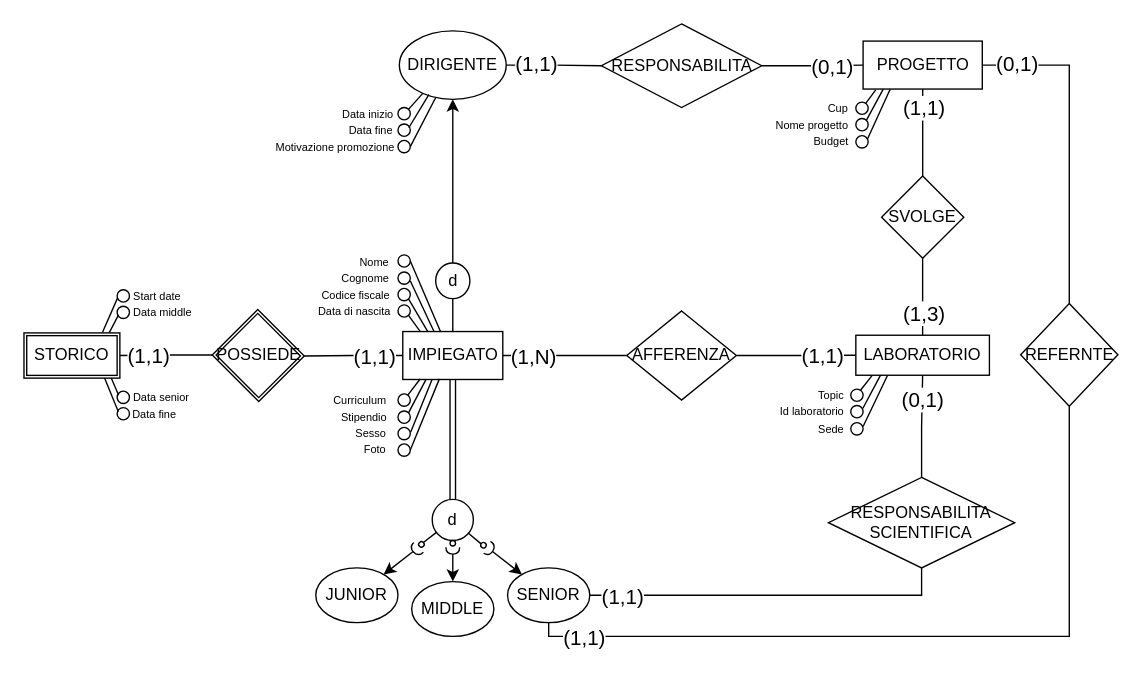
terrecruis/Progetto-Azienda keeps this draw.io diagram as Concettuale/CONCETTUALE E:R .drawio. Above is the earlier version. Source tidied: cells renumbered, new cells numbered last; positions are measured from the earlier drawing's top-left corner, leaving out a move shared by most shapes. Both pictures are drawn from the tidied source at 137%, with x=0, y=0 at pixel (23, 23).
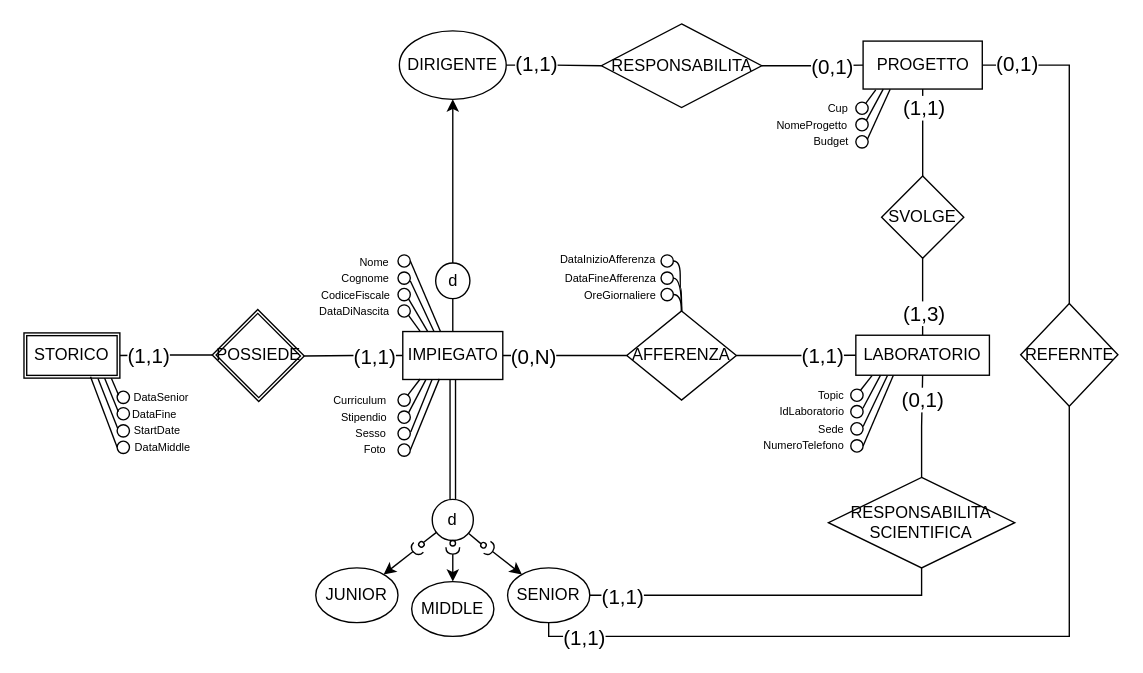
After the change.

Commit message (it also covers changes not shown here):
modifica dell E/R in linea con le modifiche al concettuale

The change refers to these unchanged cells:
```xml
<mxCell id="4" style="edgeStyle=orthogonalEdgeStyle;rounded=0;jettySize=auto;html=1;endArrow=none;endFill=0;endSize=6;jumpStyle=none;align=center;exitX=1;exitY=0.5;exitDx=0;exitDy=0;labelBackgroundColor=none;fontColor=default;" parent="1" edge="1" source="49" target="19">
  <mxGeometry relative="1" as="geometry" />
</mxCell>
<mxCell id="19" value="AFFERENZA" style="rhombus;whiteSpace=wrap;html=1;rounded=0;labelBackgroundColor=none;" parent="1" vertex="1">
  <mxGeometry x="440" y="209.5" width="80" height="65" as="geometry" />
</mxCell>
<mxCell id="35" value="DIRIGENTE" style="ellipse;whiteSpace=wrap;html=1;rounded=0;labelBackgroundColor=none;" parent="1" vertex="1">
  <mxGeometry x="274" y="5" width="78" height="50" as="geometry" />
</mxCell>
<mxCell id="50" value="LABORATORIO" style="rounded=0;whiteSpace=wrap;html=1;labelBackgroundColor=none;" parent="1" vertex="1">
  <mxGeometry x="607.2" y="227.2" width="97.5" height="29.2" as="geometry" />
</mxCell>
<mxCell id="115" value="STORICO" style="shape=ext;double=1;rounded=0;whiteSpace=wrap;html=1;" parent="1" vertex="1">
  <mxGeometry y="225.5" width="70" height="33" as="geometry" />
</mxCell>
```

Change to the diagram source:
```diff
@@
-    <mxCell id="5" value="&lt;font style=&quot;font-size: 15px;&quot;&gt;(1,N)&lt;/font&gt;" style="edgeLabel;html=1;align=center;verticalAlign=middle;" parent="4" vertex="1">
+    <mxCell id="5" value="&lt;font style=&quot;font-size: 15px;&quot;&gt;(0,N)&lt;/font&gt;" style="edgeLabel;html=1;align=center;verticalAlign=middle;" parent="4" vertex="1">
       <mxGeometry x="-0.58" y="1" relative="1" as="geometry">
         <mxPoint x="3" y="1" as="offset" />
       </mxGeometry>
     </mxCell>
@@
-    <mxCell id="70" value="Codice fiscale" style="text;html=1;align=center;verticalAlign=middle;strokeColor=none;fillColor=none;fontSize=8;" parent="1" vertex="1">
+    <mxCell id="70" value="CodiceFiscale" style="text;html=1;align=center;verticalAlign=middle;strokeColor=none;fillColor=none;fontSize=8;" parent="1" vertex="1">
       <mxGeometry x="207.5" y="186.5" width="68" height="22" as="geometry" />
     </mxCell>
-    <mxCell id="71" value="Data di nascita" style="text;html=1;align=center;verticalAlign=middle;strokeColor=none;fillColor=none;fontSize=8;" parent="1" vertex="1">
-      <mxGeometry x="205.5" y="198.5" width="71" height="22" as="geometry" />
+    <mxCell id="71" value="DataDiNascita" style="text;html=1;align=center;verticalAlign=middle;strokeColor=none;fillColor=none;fontSize=8;" parent="1" vertex="1">
+      <mxGeometry x="206.5" y="198.5" width="69" height="22" as="geometry" />
     </mxCell>
@@
-    <mxCell id="76" style="ellipse;whiteSpace=wrap;html=1;" parent="1" vertex="1">
-      <mxGeometry x="273" y="61" width="9" height="9" as="geometry" />
-    </mxCell>
-    <mxCell id="77" style="ellipse;whiteSpace=wrap;html=1;" parent="1" vertex="1">
-      <mxGeometry x="273" y="73" width="9" height="9" as="geometry" />
-    </mxCell>
-    <mxCell id="78" style="endArrow=none;html=1;rounded=0;fontSize=8;entryX=0.221;entryY=0.909;entryDx=0;entryDy=0;entryPerimeter=0;exitX=1;exitY=0;exitDx=0;exitDy=0;" parent="1" edge="1" source="76" target="35">
-      <mxGeometry relative="1" as="geometry" />
-    </mxCell>
-    <mxCell id="79" style="endArrow=none;html=1;rounded=0;fontSize=8;exitX=0.879;exitY=0.304;exitDx=0;exitDy=0;entryX=0.276;entryY=0.931;entryDx=0;entryDy=0;entryPerimeter=0;exitPerimeter=0;" parent="1" edge="1" source="77" target="35">
-      <mxGeometry relative="1" as="geometry" />
-    </mxCell>
-    <mxCell id="80" value="Data inizio" style="text;html=1;align=right;verticalAlign=middle;strokeColor=none;fillColor=none;fontSize=8;" parent="1" vertex="1">
-      <mxGeometry x="215.5" y="54.5" width="55" height="22" as="geometry" />
-    </mxCell>
-    <mxCell id="81" value="Data fine" style="text;html=1;align=center;verticalAlign=middle;strokeColor=none;fillColor=none;fontSize=8;" parent="1" vertex="1">
-      <mxGeometry x="228" y="66.5" width="50" height="22" as="geometry" />
-    </mxCell>
-    <mxCell id="82" style="ellipse;whiteSpace=wrap;html=1;" parent="1" vertex="1">
-      <mxGeometry x="273" y="85" width="9" height="9" as="geometry" />
-    </mxCell>
-    <mxCell id="83" style="endArrow=none;html=1;rounded=0;fontSize=8;exitX=1;exitY=0.5;exitDx=0;exitDy=0;" parent="1" edge="1" source="82" target="35">
-      <mxGeometry relative="1" as="geometry" />
-    </mxCell>
-    <mxCell id="84" value="Motivazione promozione" style="text;html=1;align=center;verticalAlign=middle;strokeColor=none;fillColor=none;fontSize=8;" parent="1" vertex="1">
-      <mxGeometry x="174" y="78.5" width="105" height="22" as="geometry" />
-    </mxCell>
     <mxCell id="85" style="ellipse;whiteSpace=wrap;html=1;" parent="1" vertex="1">
-      <mxGeometry x="68" y="194" width="9" height="9" as="geometry" />
+      <mxGeometry x="68" y="292.5" width="9" height="9" as="geometry" />
     </mxCell>
     <mxCell id="86" style="ellipse;whiteSpace=wrap;html=1;" parent="1" vertex="1">
-      <mxGeometry x="68" y="206" width="9" height="9" as="geometry" />
+      <mxGeometry x="68" y="304.5" width="9" height="9" as="geometry" />
     </mxCell>
@@
-    <mxCell id="89" style="endArrow=none;html=1;rounded=0;fontSize=8;entryX=0.817;entryY=-0.005;entryDx=0;entryDy=0;exitX=0.027;exitY=0.68;exitDx=0;exitDy=0;exitPerimeter=0;entryPerimeter=0;" parent="1" edge="1" source="85" target="115">
-      <mxGeometry relative="1" as="geometry" />
-    </mxCell>
-    <mxCell id="90" style="endArrow=none;html=1;rounded=0;fontSize=8;entryX=0.887;entryY=0.006;entryDx=0;entryDy=0;entryPerimeter=0;exitX=0.115;exitY=0.708;exitDx=0;exitDy=0;exitPerimeter=0;" parent="1" edge="1" source="86" target="115">
-      <mxGeometry relative="1" as="geometry" />
-    </mxCell>
@@
-    <mxCell id="93" value="Start date" style="text;html=1;align=center;verticalAlign=middle;strokeColor=none;fillColor=none;fontSize=8;" parent="1" vertex="1">
-      <mxGeometry x="70" y="187.5" width="53" height="22" as="geometry" />
+    <mxCell id="93" value="StartDate" style="text;html=1;align=center;verticalAlign=middle;strokeColor=none;fillColor=none;fontSize=8;" parent="1" vertex="1">
+      <mxGeometry x="71" y="286" width="52" height="22" as="geometry" />
     </mxCell>
-    <mxCell id="94" value="Data middle" style="text;html=1;align=center;verticalAlign=middle;strokeColor=none;fillColor=none;fontSize=8;" parent="1" vertex="1">
-      <mxGeometry x="70" y="199.5" width="61" height="22" as="geometry" />
+    <mxCell id="94" value="DataMiddle" style="text;html=1;align=center;verticalAlign=middle;strokeColor=none;fillColor=none;fontSize=8;" parent="1" vertex="1">
+      <mxGeometry x="72" y="298" width="58" height="22" as="geometry" />
     </mxCell>
-    <mxCell id="95" value="Data senior" style="text;html=1;align=center;verticalAlign=middle;strokeColor=none;fillColor=none;fontSize=8;" parent="1" vertex="1">
-      <mxGeometry x="70" y="261.5" width="59" height="22" as="geometry" />
+    <mxCell id="95" value="DataSenior" style="text;html=1;align=center;verticalAlign=middle;strokeColor=none;fillColor=none;fontSize=8;" parent="1" vertex="1">
+      <mxGeometry x="71" y="261.5" width="58" height="22" as="geometry" />
     </mxCell>
-    <mxCell id="96" value="Data fine" style="text;html=1;align=center;verticalAlign=middle;strokeColor=none;fillColor=none;fontSize=8;" parent="1" vertex="1">
+    <mxCell id="96" value="DataFine" style="text;html=1;align=center;verticalAlign=middle;strokeColor=none;fillColor=none;fontSize=8;" parent="1" vertex="1">
       <mxGeometry x="70" y="273.5" width="50" height="22" as="geometry" />
     </mxCell>
@@
-    <mxCell id="104" value="Id laboratorio" style="text;html=1;align=center;verticalAlign=middle;strokeColor=none;fillColor=none;fontSize=8;" parent="1" vertex="1">
+    <mxCell id="104" value="IdLaboratorio" style="text;html=1;align=center;verticalAlign=middle;strokeColor=none;fillColor=none;fontSize=8;" parent="1" vertex="1">
       <mxGeometry x="542" y="272" width="65" height="22" as="geometry" />
     </mxCell>
@@
-    <mxCell id="113" value="Nome progetto" style="text;html=1;align=center;verticalAlign=middle;strokeColor=none;fillColor=none;fontSize=8;" parent="1" vertex="1">
-      <mxGeometry x="539" y="62.5" width="71" height="22" as="geometry" />
+    <mxCell id="113" value="NomeProgetto" style="text;html=1;align=center;verticalAlign=middle;strokeColor=none;fillColor=none;fontSize=8;" parent="1" vertex="1">
+      <mxGeometry x="540" y="62.5" width="70" height="22" as="geometry" />
     </mxCell>
@@
+    <mxCell id="118" style="ellipse;whiteSpace=wrap;html=1;" parent="1" vertex="1">
+      <mxGeometry x="603.5" y="303.5" width="9" height="9" as="geometry" />
+    </mxCell>
+    <mxCell id="119" style="endArrow=none;html=1;rounded=0;exitX=1;exitY=0.5;exitDx=0;exitDy=0;entryX=0.281;entryY=1.001;entryDx=0;entryDy=0;entryPerimeter=0;" parent="1" edge="1" source="118" target="50">
+      <mxGeometry relative="1" as="geometry" />
+    </mxCell>
+    <mxCell id="120" value="&lt;font style=&quot;font-size: 8px;&quot;&gt;NumeroTelefono&lt;/font&gt;" style="text;html=1;align=center;verticalAlign=middle;strokeColor=none;fillColor=none;" parent="1" vertex="1">
+      <mxGeometry x="530" y="294" width="77" height="26" as="geometry" />
+    </mxCell>
+    <mxCell id="121" style="endArrow=none;html=1;rounded=0;fontSize=8;entryX=0.04;entryY=0.285;entryDx=0;entryDy=0;entryPerimeter=0;exitX=0.772;exitY=1.011;exitDx=0;exitDy=0;exitPerimeter=0;" parent="1" edge="1" source="115" target="85">
+      <mxGeometry relative="1" as="geometry" />
+    </mxCell>
+    <mxCell id="90" style="endArrow=none;html=1;rounded=0;fontSize=8;exitX=0;exitY=0.5;exitDx=0;exitDy=0;entryX=0.694;entryY=0.969;entryDx=0;entryDy=0;entryPerimeter=0;" parent="1" edge="1" source="86" target="115">
+      <mxGeometry relative="1" as="geometry" />
+    </mxCell>
+    <mxCell id="122" style="ellipse;whiteSpace=wrap;html=1;" parent="1" vertex="1">
+      <mxGeometry x="465" y="193" width="9" height="9" as="geometry" />
+    </mxCell>
+    <mxCell id="123" style="ellipse;whiteSpace=wrap;html=1;" parent="1" vertex="1">
+      <mxGeometry x="465" y="181" width="9" height="9" as="geometry" />
+    </mxCell>
+    <mxCell id="124" style="ellipse;whiteSpace=wrap;html=1;" parent="1" vertex="1">
+      <mxGeometry x="465" y="168.5" width="9" height="9" as="geometry" />
+    </mxCell>
+    <mxCell id="125" style="endArrow=none;html=1;rounded=0;exitX=0.5;exitY=0;exitDx=0;exitDy=0;entryX=1;entryY=0.5;entryDx=0;entryDy=0;edgeStyle=orthogonalEdgeStyle;curved=1;" parent="1" edge="1" source="19" target="122">
+      <mxGeometry relative="1" as="geometry">
+        <Array as="points">
+          <mxPoint x="480" y="198" />
+        </Array>
+      </mxGeometry>
+    </mxCell>
+    <mxCell id="126" style="endArrow=none;html=1;rounded=0;curved=1;exitX=0.5;exitY=0;exitDx=0;exitDy=0;entryX=1;entryY=0.5;entryDx=0;entryDy=0;edgeStyle=orthogonalEdgeStyle;" parent="1" edge="1" source="19" target="123">
+      <mxGeometry relative="1" as="geometry">
+        <Array as="points">
+          <mxPoint x="480" y="186" />
+        </Array>
+      </mxGeometry>
+    </mxCell>
+    <mxCell id="127" style="endArrow=none;html=1;rounded=0;curved=1;exitX=0.5;exitY=0;exitDx=0;exitDy=0;entryX=1;entryY=0.5;entryDx=0;entryDy=0;edgeStyle=orthogonalEdgeStyle;" parent="1" edge="1" source="19" target="124">
+      <mxGeometry relative="1" as="geometry">
+        <Array as="points">
+          <mxPoint x="480" y="193" />
+          <mxPoint x="479" y="193" />
+          <mxPoint x="479" y="173" />
+        </Array>
+      </mxGeometry>
+    </mxCell>
+    <mxCell id="128" value="&lt;font style=&quot;font-size: 8px;&quot;&gt;DataInizioAfferenza&lt;/font&gt;" style="text;html=1;align=center;verticalAlign=middle;strokeColor=none;fillColor=none;" parent="1" vertex="1">
+      <mxGeometry x="382" y="158" width="88" height="26" as="geometry" />
+    </mxCell>
+    <mxCell id="129" value="DataFineAfferenza" style="text;html=1;align=center;verticalAlign=middle;strokeColor=none;fillColor=none;fontSize=8;" parent="1" vertex="1">
+      <mxGeometry x="385" y="174.5" width="85" height="22" as="geometry" />
+    </mxCell>
+    <mxCell id="130" value="OreGiornaliere" style="text;html=1;align=center;verticalAlign=middle;strokeColor=none;fillColor=none;fontSize=8;" parent="1" vertex="1">
+      <mxGeometry x="400" y="186.5" width="70" height="22" as="geometry" />
+    </mxCell>
```
